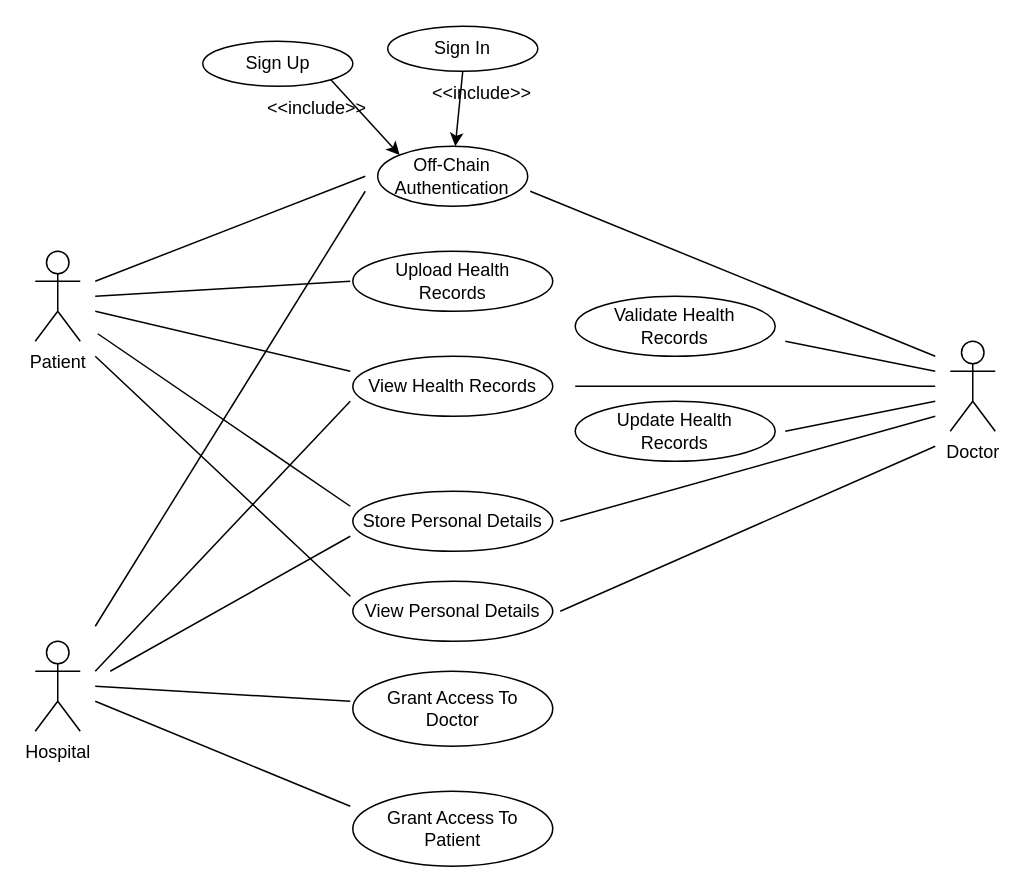
Above: Figures/UseCaseDiagram.drawio in reuben21/blockchain_in_healthcare (draw.io), before the change. Source tidied: cells renumbered, new cells numbered last; positions are measured from the earlier drawing's top-left corner, leaving out a move shared by most shapes. Both pictures are drawn from the tidied source at 150%, with x=0, y=0 at pixel (34, 26).
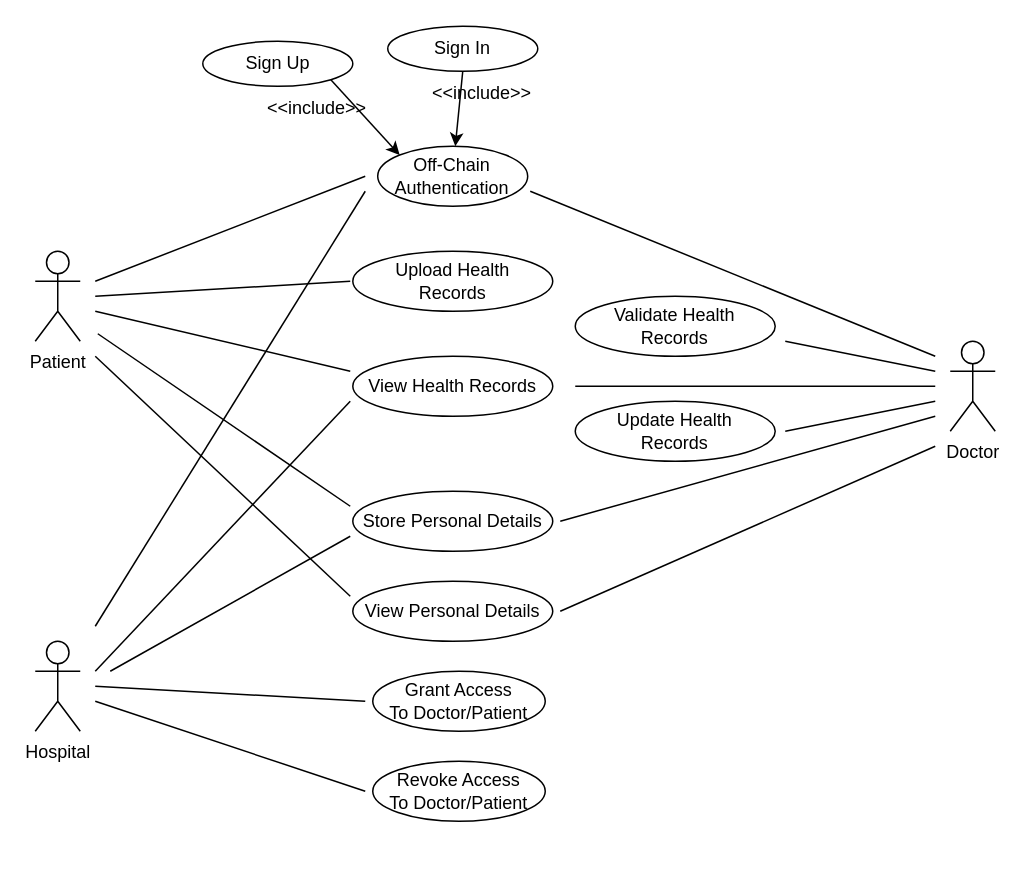
Above is the later version.

Diff of the diagram source:
```diff
@@
-    <mxCell id="4" value="Grant Access To&lt;br&gt;Doctor" style="ellipse;whiteSpace=wrap;html=1;" parent="1" vertex="1">
-      <mxGeometry x="211.7" y="430" width="133.3" height="50" as="geometry" />
+    <mxCell id="4" value="Grant Access&lt;br&gt;To Doctor/Patient" style="ellipse;whiteSpace=wrap;html=1;" parent="1" vertex="1">
+      <mxGeometry x="225" y="430" width="115" height="40" as="geometry" />
     </mxCell>
@@
-    <mxCell id="26" value="Grant Access To&lt;br&gt;Patient" style="ellipse;whiteSpace=wrap;html=1;" parent="1" vertex="1">
-      <mxGeometry x="211.7" y="510" width="133.3" height="50" as="geometry" />
-    </mxCell>
     <mxCell id="27" style="endArrow=none;html=1;rounded=0;" parent="1" edge="1">
       <mxGeometry relative="1" as="geometry">
         <mxPoint x="40" y="440" as="sourcePoint" />
-        <mxPoint x="210" y="450" as="targetPoint" />
+        <mxPoint x="220" y="450" as="targetPoint" />
       </mxGeometry>
     </mxCell>
     <mxCell id="28" style="endArrow=none;html=1;rounded=0;" parent="1" edge="1">
       <mxGeometry relative="1" as="geometry">
         <mxPoint x="40" y="450" as="sourcePoint" />
-        <mxPoint x="210" y="520" as="targetPoint" />
+        <mxPoint x="220" y="510" as="targetPoint" />
       </mxGeometry>
     </mxCell>
@@
+    <mxCell id="36" value="Revoke Access&lt;br&gt;To Doctor/Patient" style="ellipse;whiteSpace=wrap;html=1;" parent="1" vertex="1">
+      <mxGeometry x="225" y="490" width="115" height="40" as="geometry" />
+    </mxCell>
```
